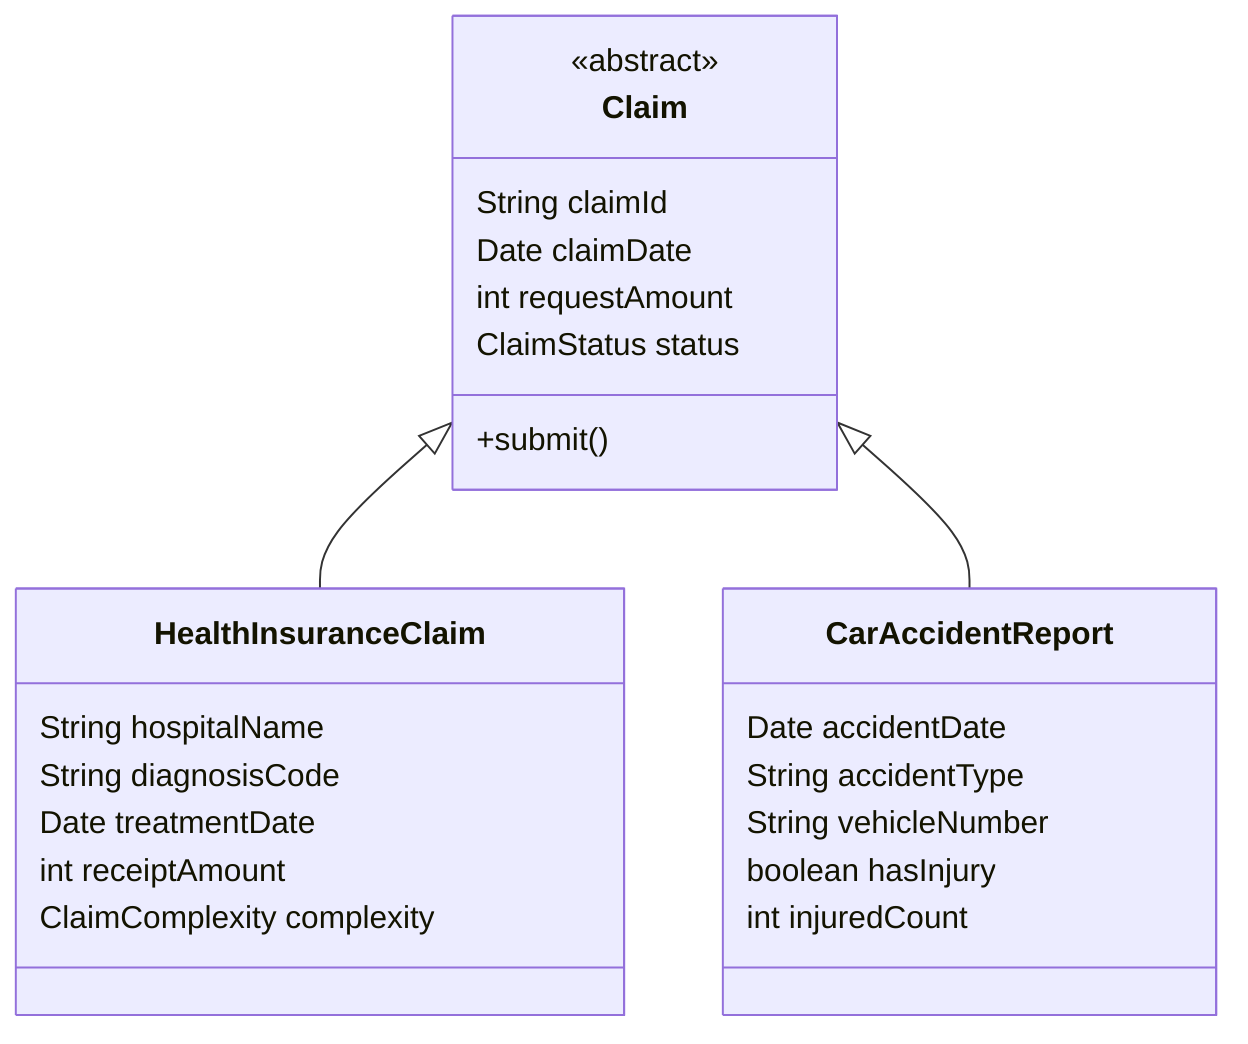
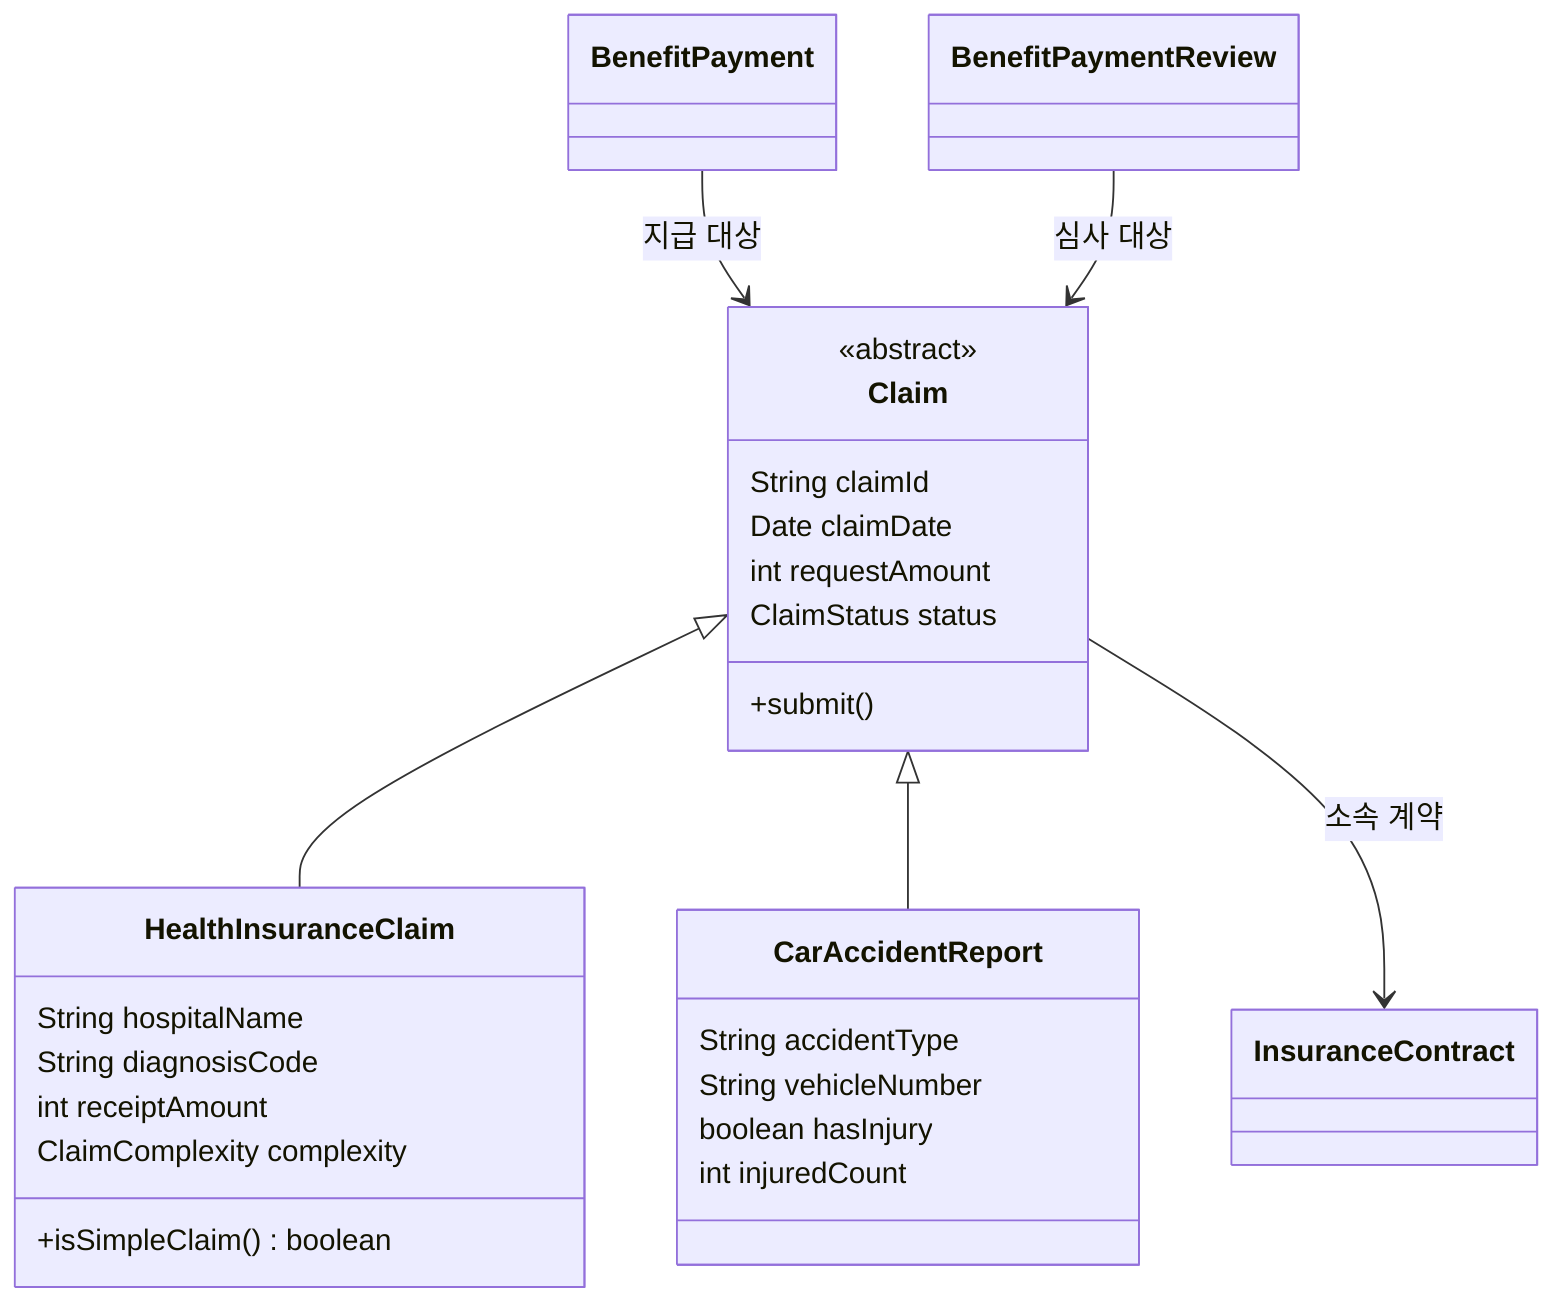
classDiagram
direction TB
class Claim {
  <<abstract>>
  String claimId
  Date claimDate
  int requestAmount
  ClaimStatus status
  +submit()
}
class HealthInsuranceClaim {
  String hospitalName
  String diagnosisCode
-   Date treatmentDate
  int receiptAmount
  ClaimComplexity complexity
+   +isSimpleClaim() boolean
}
class CarAccidentReport {
-   Date accidentDate
  String accidentType
  String vehicleNumber
  boolean hasInjury
  int injuredCount
}
+ class InsuranceContract
+ class BenefitPayment
+ class BenefitPaymentReview
Claim <|-- HealthInsuranceClaim
Claim <|-- CarAccidentReport
+ Claim --> InsuranceContract : 소속 계약
+ BenefitPayment --> Claim : 지급 대상
+ BenefitPaymentReview --> Claim : 심사 대상
